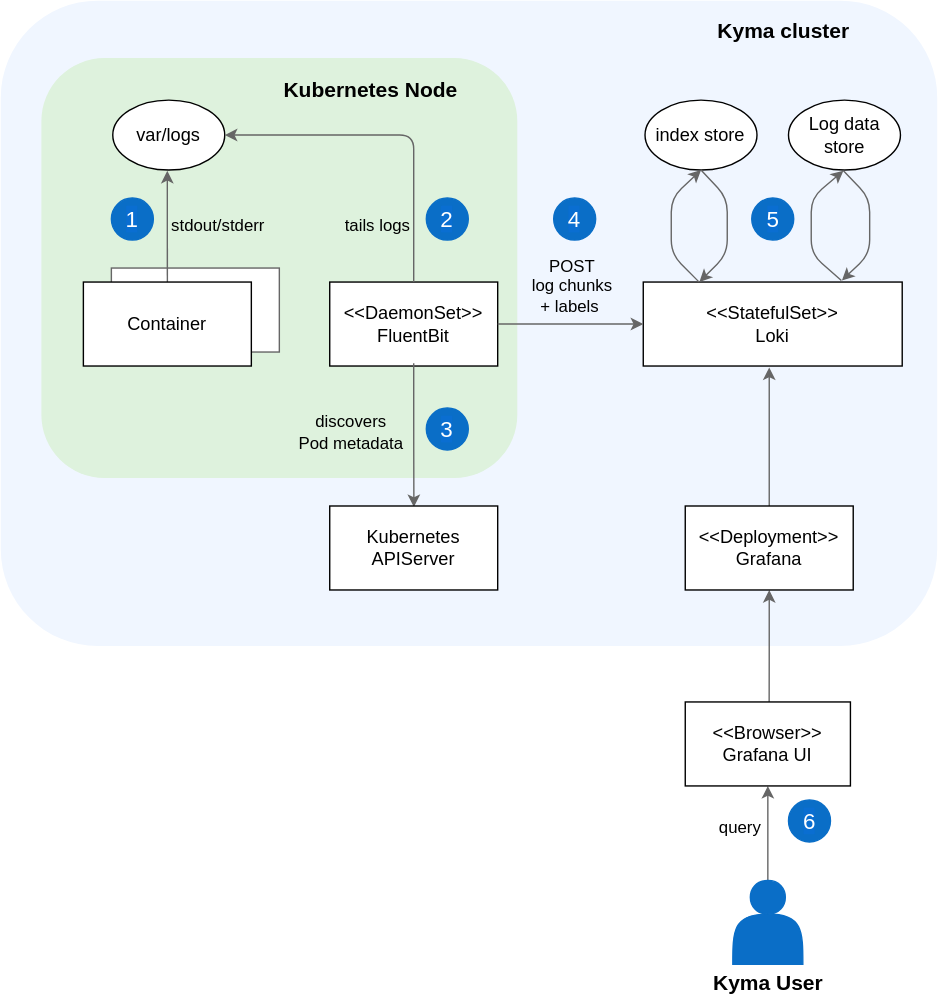
The draw.io diagram docs/05-technical-reference/03-architecture/assets/obsv-logging-architecture.svg in kyma-project/kyma, before a commit. Source tidied: cells renumbered, new cells last; positions are measured from the earlier drawing's top-left corner, leaving out a move shared by most shapes.
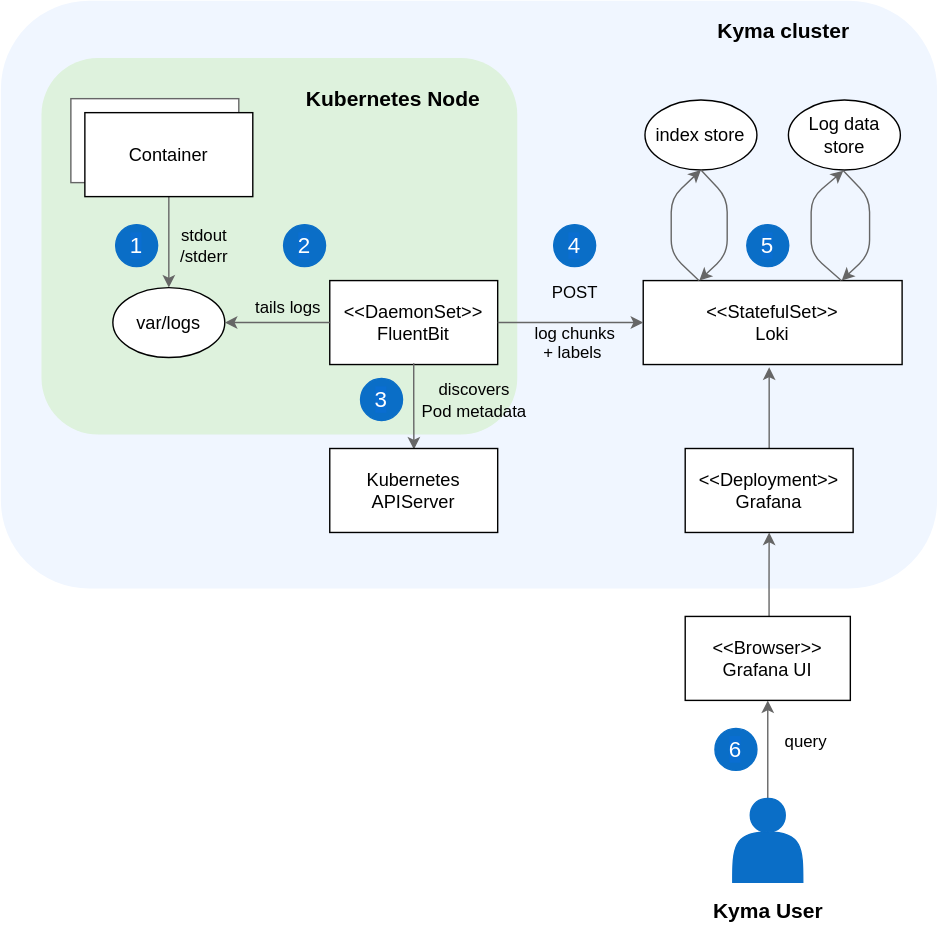
The same file after the commit.

Change to the diagram source:
```diff
@@ -2,32 +2,35 @@
   <root>
     <mxCell id="0" />
     <mxCell id="1" parent="0" />
+    <mxCell id="40" style="rounded=0;whiteSpace=wrap;html=1;strokeColor=none;fillColor=#FFFFFF;" parent="1" vertex="1">
+      <mxGeometry width="669" height="660" as="geometry" />
+    </mxCell>
     <mxCell id="2" style="rounded=1;whiteSpace=wrap;html=1;strokeColor=none;fillColor=#F0F6FF;" parent="1" vertex="1">
-      <mxGeometry width="669" height="461" as="geometry" />
+      <mxGeometry width="669" height="420" as="geometry" />
     </mxCell>
     <mxCell id="3" style="rounded=1;whiteSpace=wrap;html=1;strokeColor=none;fillColor=#DEF2DD;" parent="1" vertex="1">
-      <mxGeometry x="29" y="41" width="340" height="300" as="geometry" />
+      <mxGeometry x="29" y="41" width="340" height="269" as="geometry" />
     </mxCell>
     <mxCell id="4" style="rounded=0;whiteSpace=wrap;html=1;fillColor=#ffffff;gradientColor=none;strokeColor=#666666;" parent="1" vertex="1">
-      <mxGeometry x="79" y="191" width="120" height="60" as="geometry" />
+      <mxGeometry x="50" y="70" width="120" height="60" as="geometry" />
     </mxCell>
-    <mxCell id="5" style="edgeStyle=orthogonalEdgeStyle;rounded=1;jettySize=auto;html=1;startArrow=none;startFill=0;endArrow=classic;endFill=1;strokeColor=#666666;exitX=0.5;exitY=0;exitDx=0;exitDy=0;entryX=0.487;entryY=1.01;entryDx=0;entryDy=0;entryPerimeter=0;" parent="1" edge="1" source="6" target="7">
+    <mxCell id="5" style="edgeStyle=orthogonalEdgeStyle;rounded=1;jettySize=auto;html=1;startArrow=none;startFill=0;endArrow=classic;endFill=1;strokeColor=#666666;exitX=0.5;exitY=1;exitDx=0;exitDy=0;entryX=0.5;entryY=0;entryDx=0;entryDy=0;" parent="1" edge="1" source="6" target="7">
       <mxGeometry relative="1" as="geometry" />
     </mxCell>
     <mxCell id="6" value="Container" style="rounded=0;whiteSpace=wrap;html=1;fontSize=13;" parent="1" vertex="1">
-      <mxGeometry x="59" y="201" width="120" height="60" as="geometry" />
+      <mxGeometry x="60" y="80" width="120" height="60" as="geometry" />
     </mxCell>
     <mxCell id="7" value="var/logs" style="ellipse;whiteSpace=wrap;html=1;fontSize=13;" parent="1" vertex="1">
-      <mxGeometry x="80" y="71" width="80" height="50" as="geometry" />
+      <mxGeometry x="80" y="205" width="80" height="50" as="geometry" />
     </mxCell>
-    <mxCell id="8" value="stdout/stderr" style="text;html=1;align=center;verticalAlign=middle;" parent="1" vertex="1">
-      <mxGeometry x="115" y="151" width="80" height="20" as="geometry" />
+    <mxCell id="8" value="stdout&lt;br&gt;/stderr" style="text;html=1;align=center;verticalAlign=middle;" parent="1" vertex="1">
+      <mxGeometry x="120" y="160" width="50" height="30" as="geometry" />
     </mxCell>
     <mxCell id="9" value="&amp;lt;&amp;lt;DaemonSet&amp;gt;&amp;gt;&lt;br style=&quot;font-size: 13px&quot;&gt;FluentBit" style="rounded=0;whiteSpace=wrap;html=1;fontSize=13;" parent="1" vertex="1">
-      <mxGeometry x="235" y="201" width="120" height="60" as="geometry" />
+      <mxGeometry x="235" y="200" width="120" height="60" as="geometry" />
     </mxCell>
     <mxCell id="10" value="&lt;font style=&quot;font-size: 16px&quot;&gt;1&lt;/font&gt;" style="ellipse;whiteSpace=wrap;html=1;labelBackgroundColor=#0A6ED1;fontColor=#FFFFFF;fillColor=#0A6EC7;strokeColor=#0A6EC7;" parent="1" vertex="1">
-      <mxGeometry x="79" y="141" width="30" height="30" as="geometry" />
+      <mxGeometry x="82" y="160" width="30" height="30" as="geometry" />
     </mxCell>
     <mxCell id="11" style="edgeStyle=orthogonalEdgeStyle;rounded=1;jettySize=auto;html=1;startArrow=none;startFill=0;endArrow=classic;endFill=1;exitX=0.25;exitY=1;exitDx=0;exitDy=0;strokeColor=#666666;entryX=0.501;entryY=0.013;entryDx=0;entryDy=0;entryPerimeter=0;" parent="1" edge="1" target="13">
       <mxGeometry relative="1" as="geometry">
@@ -36,26 +39,26 @@
     </mxCell>
     <mxCell id="12" value="&lt;font style=&quot;font-size: 12px&quot;&gt;discovers&lt;br&gt;Pod metadata&lt;/font&gt;" style="text;html=1;align=center;verticalAlign=middle;labelBackgroundColor=none;fontSize=13;" parent="11" vertex="1">
       <mxGeometry x="-0.24" y="2" relative="1" as="geometry">
-        <mxPoint x="-48" y="8" as="offset" />
+        <mxPoint x="40" y="1" as="offset" />
       </mxGeometry>
     </mxCell>
     <mxCell id="13" value="Kubernetes&lt;br&gt;APIServer" style="rounded=0;whiteSpace=wrap;html=1;fontSize=13;" parent="1" vertex="1">
-      <mxGeometry x="235" y="361" width="120" height="60" as="geometry" />
+      <mxGeometry x="235" y="320" width="120" height="60" as="geometry" />
     </mxCell>
     <mxCell id="14" value="&lt;font style=&quot;font-size: 16px&quot;&gt;2&lt;/font&gt;" style="ellipse;whiteSpace=wrap;html=1;labelBackgroundColor=#0A6ED1;fontColor=#FFFFFF;fillColor=#0A6EC7;strokeColor=#0A6EC7;" parent="1" vertex="1">
-      <mxGeometry x="304" y="141" width="30" height="30" as="geometry" />
+      <mxGeometry x="202" y="160" width="30" height="30" as="geometry" />
     </mxCell>
     <mxCell id="15" value="&lt;font style=&quot;font-size: 16px&quot;&gt;3&lt;/font&gt;" style="ellipse;whiteSpace=wrap;html=1;labelBackgroundColor=#0A6ED1;fontColor=#FFFFFF;fillColor=#0A6EC7;strokeColor=#0A6EC7;" parent="1" vertex="1">
-      <mxGeometry x="304" y="291" width="30" height="30" as="geometry" />
+      <mxGeometry x="257" y="270" width="30" height="30" as="geometry" />
     </mxCell>
-    <mxCell id="16" style="edgeStyle=orthogonalEdgeStyle;rounded=1;jettySize=auto;html=1;startArrow=none;startFill=0;endArrow=classic;endFill=1;strokeColor=#666666;exitX=0.5;exitY=0;exitDx=0;exitDy=0;entryX=1;entryY=0.5;entryDx=0;entryDy=0;" parent="1" edge="1" source="9" target="7">
+    <mxCell id="16" style="edgeStyle=orthogonalEdgeStyle;rounded=1;jettySize=auto;html=1;startArrow=none;startFill=0;endArrow=classic;endFill=1;strokeColor=#666666;exitX=0;exitY=0.5;exitDx=0;exitDy=0;entryX=1;entryY=0.5;entryDx=0;entryDy=0;" parent="1" edge="1" source="9" target="7">
       <mxGeometry relative="1" as="geometry" />
     </mxCell>
     <mxCell id="17" value="tails logs" style="text;html=1;align=center;verticalAlign=middle;" parent="1" vertex="1">
-      <mxGeometry x="239" y="151" width="60" height="20" as="geometry" />
+      <mxGeometry x="175" y="210" width="60" height="20" as="geometry" />
     </mxCell>
     <mxCell id="18" value="&amp;lt;&amp;lt;StatefulSet&amp;gt;&amp;gt;&lt;br style=&quot;font-size: 13px&quot;&gt;Loki" style="rounded=0;whiteSpace=wrap;html=1;fontSize=13;" parent="1" vertex="1">
-      <mxGeometry x="459" y="201" width="185" height="60" as="geometry" />
+      <mxGeometry x="459" y="200" width="185" height="60" as="geometry" />
     </mxCell>
     <mxCell id="19" value="index store" style="ellipse;whiteSpace=wrap;html=1;fontSize=13;" parent="1" vertex="1">
       <mxGeometry x="460.2" y="71" width="80" height="50" as="geometry" />
@@ -80,7 +83,7 @@
       </mxGeometry>
     </mxCell>
     <mxCell id="23" value="&lt;span style=&quot;font-size: 16px&quot;&gt;5&lt;/span&gt;" style="ellipse;whiteSpace=wrap;html=1;labelBackgroundColor=#0A6ED1;fontColor=#FFFFFF;fillColor=#0A6EC7;strokeColor=#0A6EC7;" parent="1" vertex="1">
-      <mxGeometry x="536.5" y="141" width="30" height="30" as="geometry" />
+      <mxGeometry x="533" y="160" width="30" height="30" as="geometry" />
     </mxCell>
     <mxCell id="24" style="endArrow=classic;html=1;entryX=0.5;entryY=1;entryDx=0;entryDy=0;exitX=0.215;exitY=-0.002;exitDx=0;exitDy=0;rounded=1;strokeColor=#666666;exitPerimeter=0;" parent="1" edge="1">
       <mxGeometry relative="1" as="geometry">
@@ -102,26 +105,20 @@
         </Array>
       </mxGeometry>
     </mxCell>
-    <mxCell id="26" style="edgeStyle=orthogonalEdgeStyle;rounded=1;jettySize=auto;html=1;startArrow=classic;startFill=1;endArrow=none;endFill=0;strokeColor=#666666;entryX=1;entryY=0.5;entryDx=0;entryDy=0;exitX=0;exitY=0.5;exitDx=0;exitDy=0;" parent="1" edge="1" source="18" target="9">
-      <mxGeometry relative="1" as="geometry" />
-    </mxCell>
-    <mxCell id="27" value="POST&lt;br&gt;log chunks&lt;br&gt;+ labels&amp;nbsp;" style="text;html=1;align=center;verticalAlign=middle;strokeColor=none;" parent="1" vertex="1">
-      <mxGeometry x="373" y="178.5" width="70" height="50" as="geometry" />
-    </mxCell>
     <mxCell id="28" value="&lt;font style=&quot;font-size: 16px&quot;&gt;4&lt;/font&gt;" style="ellipse;whiteSpace=wrap;html=1;labelBackgroundColor=#0A6ED1;fontColor=#FFFFFF;fillColor=#0A6EC7;strokeColor=#0A6EC7;" parent="1" vertex="1">
-      <mxGeometry x="395" y="141" width="30" height="30" as="geometry" />
+      <mxGeometry x="395" y="160" width="30" height="30" as="geometry" />
     </mxCell>
     <mxCell id="29" style="edgeStyle=orthogonalEdgeStyle;rounded=1;jettySize=auto;html=1;entryX=0.5;entryY=1;entryDx=0;entryDy=0;fontColor=#FFFFFF;strokeColor=#666666;" parent="1" edge="1" source="30" target="32">
       <mxGeometry relative="1" as="geometry" />
     </mxCell>
     <mxCell id="30" style="shape=actor;whiteSpace=wrap;html=1;fillColor=#0A6EC7;strokeColor=#0A6EC7;" parent="1" vertex="1">
-      <mxGeometry x="523" y="628.5" width="50" height="60" as="geometry" />
+      <mxGeometry x="523" y="570" width="50" height="60" as="geometry" />
     </mxCell>
     <mxCell id="31" style="edgeStyle=orthogonalEdgeStyle;rounded=1;jettySize=auto;html=1;entryX=0.5;entryY=1;entryDx=0;entryDy=0;fontColor=#FFFFFF;strokeColor=#666666;exitX=0.508;exitY=0;exitDx=0;exitDy=0;exitPerimeter=0;" parent="1" edge="1" source="32" target="34">
       <mxGeometry relative="1" as="geometry" />
     </mxCell>
     <mxCell id="32" value="&amp;lt;&amp;lt;Browser&amp;gt;&amp;gt;&lt;br&gt;Grafana UI" style="rounded=0;whiteSpace=wrap;html=1;fontSize=13;" parent="1" vertex="1">
-      <mxGeometry x="489" y="501" width="118" height="60" as="geometry" />
+      <mxGeometry x="489" y="440" width="118" height="60" as="geometry" />
     </mxCell>
     <mxCell id="33" style="edgeStyle=orthogonalEdgeStyle;rounded=1;jettySize=auto;html=1;exitX=0.5;exitY=0;exitDx=0;exitDy=0;strokeColor=#666666;" parent="1" edge="1" source="34">
       <mxGeometry relative="1" as="geometry">
@@ -129,22 +126,28 @@
       </mxGeometry>
     </mxCell>
     <mxCell id="34" value="&amp;lt;&amp;lt;Deployment&amp;gt;&amp;gt;&lt;br style=&quot;font-size: 13px;&quot;&gt;Grafana" style="rounded=0;whiteSpace=wrap;html=1;fontSize=13;" parent="1" vertex="1">
-      <mxGeometry x="489" y="361" width="120" height="60" as="geometry" />
+      <mxGeometry x="489" y="320" width="120" height="60" as="geometry" />
     </mxCell>
     <mxCell id="35" value="&lt;font style=&quot;font-size: 15px&quot;&gt;&lt;b&gt;Kyma User&lt;/b&gt;&lt;/font&gt;" style="text;html=1;align=center;verticalAlign=middle;fontSize=15;" parent="1" vertex="1">
-      <mxGeometry x="503" y="691" width="90" height="20" as="geometry" />
+      <mxGeometry x="503" y="640" width="90" height="20" as="geometry" />
     </mxCell>
+    <mxCell id="27" value="POST&lt;br&gt;&lt;br&gt;log chunks&lt;br&gt;+ labels&amp;nbsp;" style="text;html=1;align=center;verticalAlign=middle;strokeColor=none;" parent="1" vertex="1">
+      <mxGeometry x="375" y="200" width="70" height="60" as="geometry" />
+    </mxCell>
     <mxCell id="36" value="&lt;font style=&quot;font-size: 16px&quot;&gt;6&lt;/font&gt;" style="ellipse;whiteSpace=wrap;html=1;labelBackgroundColor=#0A6ED1;fontColor=#FFFFFF;fillColor=#0A6EC7;strokeColor=#0A6EC7;" parent="1" vertex="1">
-      <mxGeometry x="562.8" y="571" width="30" height="30" as="geometry" />
+      <mxGeometry x="510.2" y="520" width="30" height="30" as="geometry" />
     </mxCell>
     <mxCell id="37" value="query" style="text;html=1;align=center;verticalAlign=middle;" parent="1" vertex="1">
-      <mxGeometry x="503" y="581" width="50" height="20" as="geometry" />
+      <mxGeometry x="550" y="520" width="50" height="20" as="geometry" />
     </mxCell>
     <mxCell id="38" value="&lt;font style=&quot;font-size: 15px&quot;&gt;&lt;b&gt;Kubernetes Node&lt;/b&gt;&lt;/font&gt;" style="text;html=1;align=center;verticalAlign=middle;" parent="1" vertex="1">
-      <mxGeometry x="194" y="52.5" width="140" height="20" as="geometry" />
+      <mxGeometry x="210" y="60" width="140" height="20" as="geometry" />
     </mxCell>
     <mxCell id="39" value="&lt;font style=&quot;font-size: 15px&quot;&gt;&lt;b&gt;Kyma cluster&lt;/b&gt;&lt;/font&gt;" style="text;html=1;align=center;verticalAlign=middle;" parent="1" vertex="1">
       <mxGeometry x="504" y="11" width="110" height="20" as="geometry" />
     </mxCell>
+    <mxCell id="41" style="edgeStyle=orthogonalEdgeStyle;rounded=1;jettySize=auto;html=1;startArrow=none;startFill=0;endArrow=classic;endFill=1;strokeColor=#666666;exitX=1;exitY=0.5;exitDx=0;exitDy=0;entryX=0;entryY=0.5;entryDx=0;entryDy=0;" parent="1" edge="1" source="9" target="18">
+      <mxGeometry relative="1" as="geometry" />
+    </mxCell>
   </root>
 </mxGraphModel>
```
